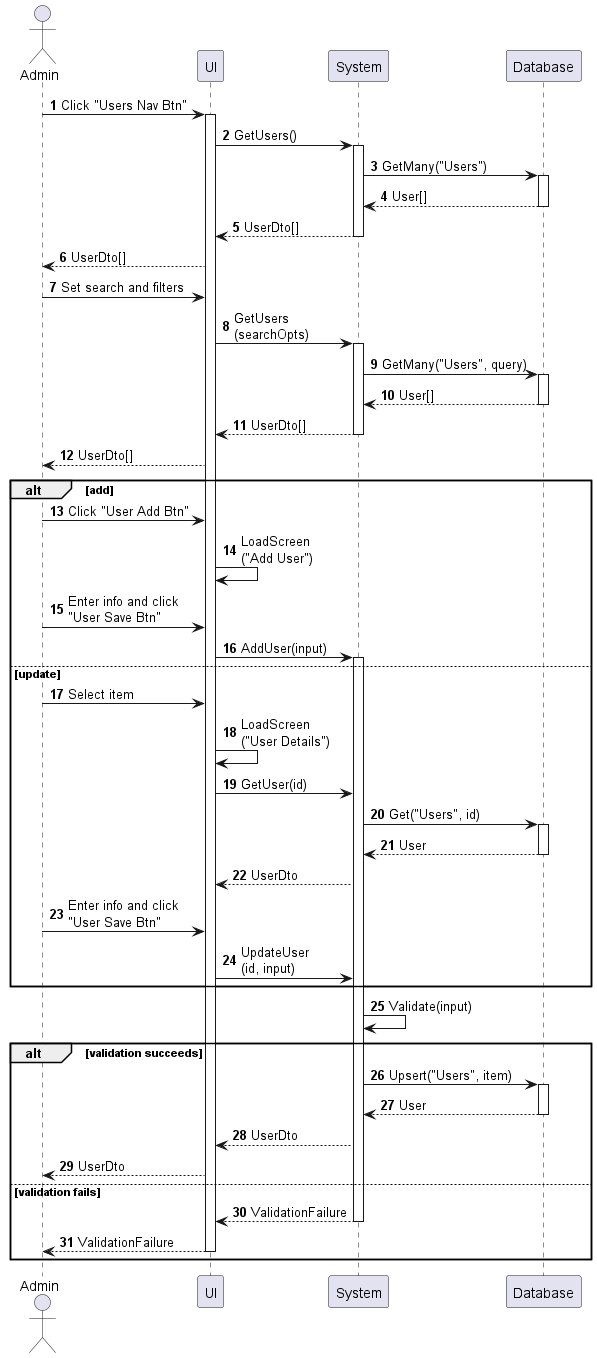
Above: sequences/user-enter.png in phihungha/scmss-reqs (PlantUML), before the change.
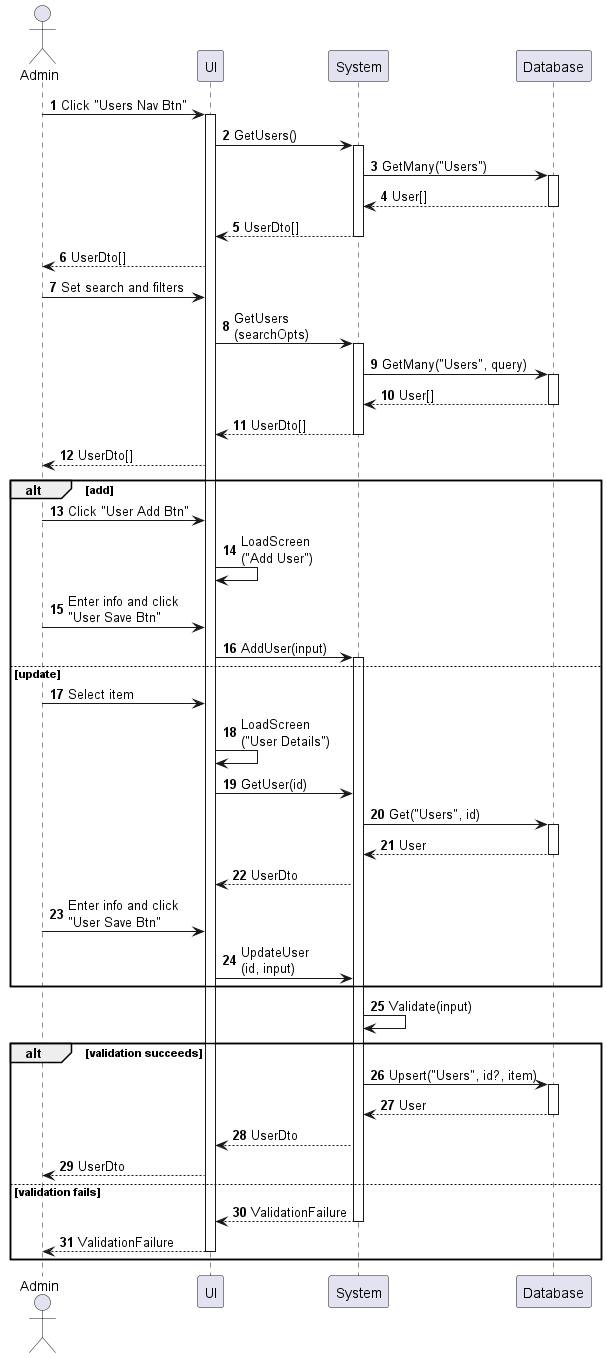
After the change.

What changed in the source:
```diff
@@ -45,7 +45,7 @@
 b -> b : Validate(input)
 
 alt validation succeeds
-    b -> d : Upsert("Users", item)
+    b -> d : Upsert("Users", id?, item)
     activate d
     return User
     b --> f : UserDto
```
